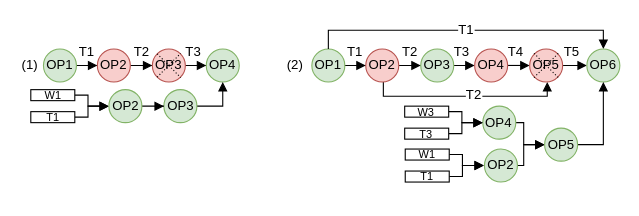
This is fig/recovery.drawio from icszhr/NCheck, a draw.io file, before an edit. Source tidied: cells renumbered, new cells numbered last; positions are measured from the earlier drawing's top-left corner, leaving out a move shared by most shapes. Both pictures are drawn from the tidied source at 110%, with x=0, y=0 at pixel (19, 19).
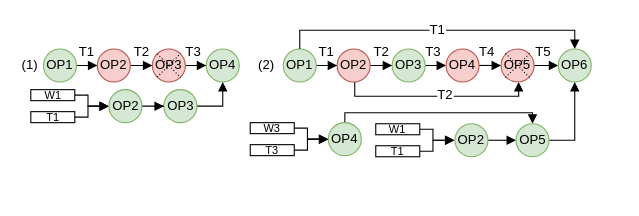
The same diagram, later.

Diff of the diagram source:
```diff
@@
     <mxCell id="21" value="OP1" style="ellipse;whiteSpace=wrap;html=1;fillColor=#d5e8d4;strokeColor=#82b366;" parent="1" vertex="1">
-      <mxGeometry x="266" y="27" width="30" height="30" as="geometry" />
+      <mxGeometry x="240" y="27" width="30" height="30" as="geometry" />
     </mxCell>
@@
     <mxCell id="23" style="edgeStyle=orthogonalEdgeStyle;rounded=0;orthogonalLoop=1;jettySize=auto;html=1;entryX=0.5;entryY=1;entryDx=0;entryDy=0;exitX=0.5;exitY=1;exitDx=0;exitDy=0;endSize=6;endArrow=block;endFill=1;" parent="1" edge="1">
       <mxGeometry relative="1" as="geometry">
-        <mxPoint x="331" y="57" as="sourcePoint" />
-        <mxPoint x="480" y="57" as="targetPoint" />
+        <mxPoint x="305" y="57" as="sourcePoint" />
+        <mxPoint x="454" y="57" as="targetPoint" />
         <Array as="points">
-          <mxPoint x="331" y="70" />
-          <mxPoint x="480" y="70" />
+          <mxPoint x="305" y="70" />
+          <mxPoint x="454" y="70" />
         </Array>
       </mxGeometry>
     </mxCell>
     <mxCell id="24" value="OP2" style="ellipse;whiteSpace=wrap;html=1;fillColor=#f8cecc;strokeColor=#b85450;" parent="1" vertex="1">
-      <mxGeometry x="315" y="27" width="30" height="30" as="geometry" />
+      <mxGeometry x="289" y="27" width="30" height="30" as="geometry" />
     </mxCell>
     <mxCell id="25" style="edgeStyle=orthogonalEdgeStyle;rounded=0;jettySize=auto;html=1;entryX=0;entryY=0.5;entryDx=0;entryDy=0;endArrow=block;endFill=1;" parent="1" edge="1" source="27" target="29">
       <mxGeometry relative="1" as="geometry">
         <Array as="points">
-          <mxPoint x="406" y="42" />
-          <mxPoint x="406" y="42" />
+          <mxPoint x="380" y="42" />
+          <mxPoint x="380" y="42" />
         </Array>
       </mxGeometry>
     </mxCell>
     <mxCell id="26" style="edgeStyle=orthogonalEdgeStyle;rounded=0;jettySize=auto;html=1;entryX=0.5;entryY=0;entryDx=0;entryDy=0;exitX=0.5;exitY=0;exitDx=0;exitDy=0;endArrow=block;endFill=1;" parent="1" edge="1" source="21" target="48">
       <mxGeometry relative="1" as="geometry">
         <Array as="points">
-          <mxPoint x="281" y="10" />
-          <mxPoint x="531" y="10" />
+          <mxPoint x="255" y="10" />
+          <mxPoint x="505" y="10" />
         </Array>
       </mxGeometry>
     </mxCell>
     <mxCell id="27" value="OP3" style="ellipse;whiteSpace=wrap;html=1;fillColor=#d5e8d4;strokeColor=#82b366;" parent="1" vertex="1">
-      <mxGeometry x="365" y="27" width="30" height="30" as="geometry" />
+      <mxGeometry x="339" y="27" width="30" height="30" as="geometry" />
     </mxCell>
     <mxCell id="28" style="edgeStyle=orthogonalEdgeStyle;rounded=0;jettySize=auto;html=1;entryX=0;entryY=0.5;entryDx=0;entryDy=0;endArrow=block;endFill=1;" parent="1" edge="1" source="29" target="44">
       <mxGeometry relative="1" as="geometry">
         <Array as="points">
-          <mxPoint x="464" y="42" />
+          <mxPoint x="438" y="42" />
         </Array>
       </mxGeometry>
     </mxCell>
     <mxCell id="29" value="OP4" style="ellipse;whiteSpace=wrap;html=1;fillColor=#f8cecc;strokeColor=#b85450;" parent="1" vertex="1">
-      <mxGeometry x="414" y="27" width="30" height="30" as="geometry" />
+      <mxGeometry x="388" y="27" width="30" height="30" as="geometry" />
     </mxCell>
-    <mxCell id="30" style="edgeStyle=orthogonalEdgeStyle;rounded=0;jettySize=auto;html=1;exitX=1;exitY=0.5;exitDx=0;exitDy=0;entryX=0;entryY=0.5;entryDx=0;entryDy=0;endArrow=block;endFill=1;" parent="1" edge="1" source="31" target="59">
+    <mxCell id="30" style="edgeStyle=orthogonalEdgeStyle;rounded=0;jettySize=auto;html=1;entryX=0.5;entryY=0;entryDx=0;entryDy=0;exitX=0.5;exitY=0;exitDx=0;exitDy=0;endArrow=block;endFill=1;" parent="1" edge="1" source="31" target="59">
       <mxGeometry relative="1" as="geometry">
         <Array as="points">
-          <mxPoint x="458.6" y="94" />
-          <mxPoint x="458.6" y="114" />
+          <mxPoint x="296" y="85" />
+          <mxPoint x="467" y="85" />
         </Array>
       </mxGeometry>
     </mxCell>
     <mxCell id="31" value="OP4" style="ellipse;whiteSpace=wrap;html=1;fillColor=#d5e8d4;strokeColor=#82b366;" parent="1" vertex="1">
-      <mxGeometry x="421.4" y="79" width="30" height="30" as="geometry" />
+      <mxGeometry x="281" y="94" width="30" height="30" as="geometry" />
     </mxCell>
     <mxCell id="32" value="T1" style="text;html=1;align=center;verticalAlign=middle;whiteSpace=wrap;rounded=0;" parent="1" vertex="1">
-      <mxGeometry x="290" y="20" width="31" height="20" as="geometry" />
+      <mxGeometry x="264" y="20" width="31" height="20" as="geometry" />
     </mxCell>
     <mxCell id="33" value="T2" style="text;html=1;align=center;verticalAlign=middle;whiteSpace=wrap;rounded=0;" parent="1" vertex="1">
-      <mxGeometry x="340" y="20" width="31" height="20" as="geometry" />
+      <mxGeometry x="314" y="20" width="31" height="20" as="geometry" />
     </mxCell>
     <mxCell id="34" value="T3" style="text;html=1;align=center;verticalAlign=middle;whiteSpace=wrap;rounded=0;" parent="1" vertex="1">
-      <mxGeometry x="387" y="20" width="31" height="20" as="geometry" />
+      <mxGeometry x="361" y="20" width="31" height="20" as="geometry" />
     </mxCell>
     <mxCell id="35" style="edgeStyle=orthogonalEdgeStyle;rounded=0;jettySize=auto;html=1;entryX=0;entryY=0.5;entryDx=0;entryDy=0;endArrow=block;endFill=1;" parent="1" edge="1" source="36" target="31">
       <mxGeometry relative="1" as="geometry">
         <Array as="points">
-          <mxPoint x="402.4" y="84" />
-          <mxPoint x="402.4" y="94" />
+          <mxPoint x="262" y="99" />
+          <mxPoint x="262" y="109" />
         </Array>
       </mxGeometry>
     </mxCell>
     <mxCell id="36" value="&lt;p style=&quot;line-height: 100%;&quot;&gt;&lt;font style=&quot;font-size: 10px;&quot;&gt;W3&lt;/font&gt;&lt;/p&gt;" style="rounded=0;whiteSpace=wrap;html=1;" parent="1" vertex="1">
-      <mxGeometry x="350.4" y="79" width="40" height="10" as="geometry" />
+      <mxGeometry x="210" y="94" width="40" height="10" as="geometry" />
     </mxCell>
     <mxCell id="37" style="edgeStyle=orthogonalEdgeStyle;rounded=0;jettySize=auto;html=1;entryX=0;entryY=0.5;entryDx=0;entryDy=0;endArrow=block;endFill=1;" parent="1" edge="1" source="38" target="31">
       <mxGeometry relative="1" as="geometry">
         <Array as="points">
-          <mxPoint x="402.4" y="104" />
-          <mxPoint x="402.4" y="94" />
+          <mxPoint x="262" y="119" />
+          <mxPoint x="262" y="109" />
         </Array>
       </mxGeometry>
     </mxCell>
     <mxCell id="38" value="&lt;p style=&quot;line-height: 100%;&quot;&gt;&lt;font style=&quot;font-size: 10px;&quot;&gt;T3&lt;/font&gt;&lt;/p&gt;" style="rounded=0;whiteSpace=wrap;html=1;" parent="1" vertex="1">
-      <mxGeometry x="350.4" y="99" width="40" height="10" as="geometry" />
+      <mxGeometry x="210" y="114" width="40" height="10" as="geometry" />
     </mxCell>
@@
     <mxCell id="40" value="(2)" style="text;html=1;align=center;verticalAlign=middle;whiteSpace=wrap;rounded=0;" parent="1" vertex="1">
-      <mxGeometry x="236" y="27" width="30" height="30" as="geometry" />
+      <mxGeometry x="210" y="27" width="30" height="30" as="geometry" />
     </mxCell>
@@
     <mxCell id="43" style="edgeStyle=orthogonalEdgeStyle;rounded=0;jettySize=auto;html=1;endArrow=block;endFill=1;" parent="1" edge="1" source="44">
       <mxGeometry relative="1" as="geometry">
-        <mxPoint x="516" y="42" as="targetPoint" />
+        <mxPoint x="490" y="42" as="targetPoint" />
       </mxGeometry>
     </mxCell>
     <mxCell id="44" value="OP5" style="ellipse;whiteSpace=wrap;html=1;fillColor=#f8cecc;strokeColor=#b85450;" parent="1" vertex="1">
-      <mxGeometry x="464" y="27" width="30" height="30" as="geometry" />
+      <mxGeometry x="438" y="27" width="30" height="30" as="geometry" />
     </mxCell>
     <mxCell id="45" value="T4" style="text;html=1;align=center;verticalAlign=middle;whiteSpace=wrap;rounded=0;" parent="1" vertex="1">
-      <mxGeometry x="436" y="20" width="31" height="20" as="geometry" />
+      <mxGeometry x="410" y="20" width="31" height="20" as="geometry" />
     </mxCell>
     <mxCell id="46" style="rounded=0;orthogonalLoop=1;jettySize=auto;html=1;exitX=0;exitY=0;exitDx=0;exitDy=0;entryX=0.86;entryY=0.868;entryDx=0;entryDy=0;strokeWidth=1;dashed=1;endArrow=none;endFill=0;dashPattern=1 2;entryPerimeter=0;" parent="1" edge="1">
       <mxGeometry relative="1" as="geometry">
-        <mxPoint x="468" y="31" as="sourcePoint" />
-        <mxPoint x="490" y="53" as="targetPoint" />
+        <mxPoint x="442" y="31" as="sourcePoint" />
+        <mxPoint x="464" y="53" as="targetPoint" />
       </mxGeometry>
     </mxCell>
     <mxCell id="47" style="rounded=0;orthogonalLoop=1;jettySize=auto;html=1;exitX=0;exitY=1;exitDx=0;exitDy=0;entryX=0.859;entryY=0.132;entryDx=0;entryDy=0;dashed=1;endArrow=none;endFill=0;dashPattern=1 2;entryPerimeter=0;" parent="1" edge="1">
       <mxGeometry relative="1" as="geometry">
-        <mxPoint x="468" y="53" as="sourcePoint" />
-        <mxPoint x="490" y="31" as="targetPoint" />
+        <mxPoint x="442" y="53" as="sourcePoint" />
+        <mxPoint x="464" y="31" as="targetPoint" />
       </mxGeometry>
     </mxCell>
     <mxCell id="48" value="OP6" style="ellipse;whiteSpace=wrap;html=1;fillColor=#d5e8d4;strokeColor=#82b366;" parent="1" vertex="1">
-      <mxGeometry x="516" y="27" width="30" height="30" as="geometry" />
+      <mxGeometry x="490" y="27" width="30" height="30" as="geometry" />
     </mxCell>
     <mxCell id="49" value="T2" style="text;html=1;align=center;verticalAlign=middle;whiteSpace=wrap;rounded=0;fillColor=default;" parent="1" vertex="1">
-      <mxGeometry x="406" y="59" width="15" height="20" as="geometry" />
+      <mxGeometry x="380" y="59" width="15" height="20" as="geometry" />
     </mxCell>
     <mxCell id="50" value="T1" style="text;html=1;align=center;verticalAlign=middle;whiteSpace=wrap;rounded=0;fillColor=default;" parent="1" vertex="1">
-      <mxGeometry x="399" width="15" height="20" as="geometry" />
+      <mxGeometry x="373" width="15" height="20" as="geometry" />
     </mxCell>
     <mxCell id="51" value="T5" style="text;html=1;align=center;verticalAlign=middle;whiteSpace=wrap;rounded=0;" parent="1" vertex="1">
-      <mxGeometry x="487" y="20" width="31" height="20" as="geometry" />
+      <mxGeometry x="461" y="20" width="31" height="20" as="geometry" />
     </mxCell>
     <mxCell id="52" style="edgeStyle=orthogonalEdgeStyle;rounded=0;jettySize=auto;html=1;entryX=0;entryY=0.5;entryDx=0;entryDy=0;endArrow=block;endFill=1;" parent="1" edge="1" source="53">
       <mxGeometry relative="1" as="geometry">
-        <mxPoint x="422.4" y="133" as="targetPoint" />
+        <mxPoint x="395.6" y="110" as="targetPoint" />
         <Array as="points">
-          <mxPoint x="402.9" y="123" />
-          <mxPoint x="402.9" y="133" />
+          <mxPoint x="376.1" y="100" />
+          <mxPoint x="376.1" y="110" />
         </Array>
       </mxGeometry>
     </mxCell>
     <mxCell id="53" value="&lt;p style=&quot;line-height: 100%;&quot;&gt;&lt;font style=&quot;font-size: 10px;&quot;&gt;W1&lt;/font&gt;&lt;/p&gt;" style="rounded=0;whiteSpace=wrap;html=1;" parent="1" vertex="1">
-      <mxGeometry x="350.9" y="118" width="40" height="10" as="geometry" />
+      <mxGeometry x="324.1" y="95" width="40" height="10" as="geometry" />
     </mxCell>
     <mxCell id="54" style="edgeStyle=orthogonalEdgeStyle;rounded=0;jettySize=auto;html=1;entryX=0;entryY=0.5;entryDx=0;entryDy=0;endArrow=block;endFill=1;" parent="1" edge="1" source="55">
       <mxGeometry relative="1" as="geometry">
-        <mxPoint x="422.4" y="133" as="targetPoint" />
+        <mxPoint x="395.6" y="110" as="targetPoint" />
         <Array as="points">
-          <mxPoint x="402.9" y="143" />
-          <mxPoint x="402.9" y="133" />
+          <mxPoint x="376.1" y="120" />
+          <mxPoint x="376.1" y="110" />
         </Array>
       </mxGeometry>
     </mxCell>
     <mxCell id="55" value="&lt;p style=&quot;line-height: 100%;&quot;&gt;&lt;font style=&quot;font-size: 10px;&quot;&gt;T1&lt;/font&gt;&lt;/p&gt;" style="rounded=0;whiteSpace=wrap;html=1;" parent="1" vertex="1">
-      <mxGeometry x="350.9" y="138" width="40" height="10" as="geometry" />
+      <mxGeometry x="324.1" y="115" width="40" height="10" as="geometry" />
     </mxCell>
-    <mxCell id="56" style="edgeStyle=orthogonalEdgeStyle;rounded=0;jettySize=auto;html=1;entryX=0;entryY=0.5;entryDx=0;entryDy=0;exitX=1;exitY=0.5;exitDx=0;exitDy=0;endArrow=block;endFill=1;" parent="1" edge="1" source="57" target="59">
-      <mxGeometry relative="1" as="geometry">
-        <Array as="points">
-          <mxPoint x="458.6" y="133" />
-          <mxPoint x="458.6" y="114" />
-        </Array>
-      </mxGeometry>
+    <mxCell id="56" style="rounded=0;jettySize=auto;html=1;entryX=0;entryY=0.5;entryDx=0;entryDy=0;exitX=1;exitY=0.5;exitDx=0;exitDy=0;endArrow=block;endFill=1;" parent="1" edge="1" source="57" target="59">
+      <mxGeometry relative="1" as="geometry" />
     </mxCell>
     <mxCell id="57" value="OP2" style="ellipse;whiteSpace=wrap;html=1;fillColor=#d5e8d4;strokeColor=#82b366;" parent="1" vertex="1">
-      <mxGeometry x="422.9" y="118" width="30" height="30" as="geometry" />
+      <mxGeometry x="396.1" y="95" width="30" height="30" as="geometry" />
     </mxCell>
@@
     <mxCell id="59" value="OP5" style="ellipse;whiteSpace=wrap;html=1;fillColor=#d5e8d4;strokeColor=#82b366;" parent="1" vertex="1">
-      <mxGeometry x="477.6" y="99" width="30" height="30" as="geometry" />
+      <mxGeometry x="451.6" y="95" width="30" height="30" as="geometry" />
     </mxCell>
```
